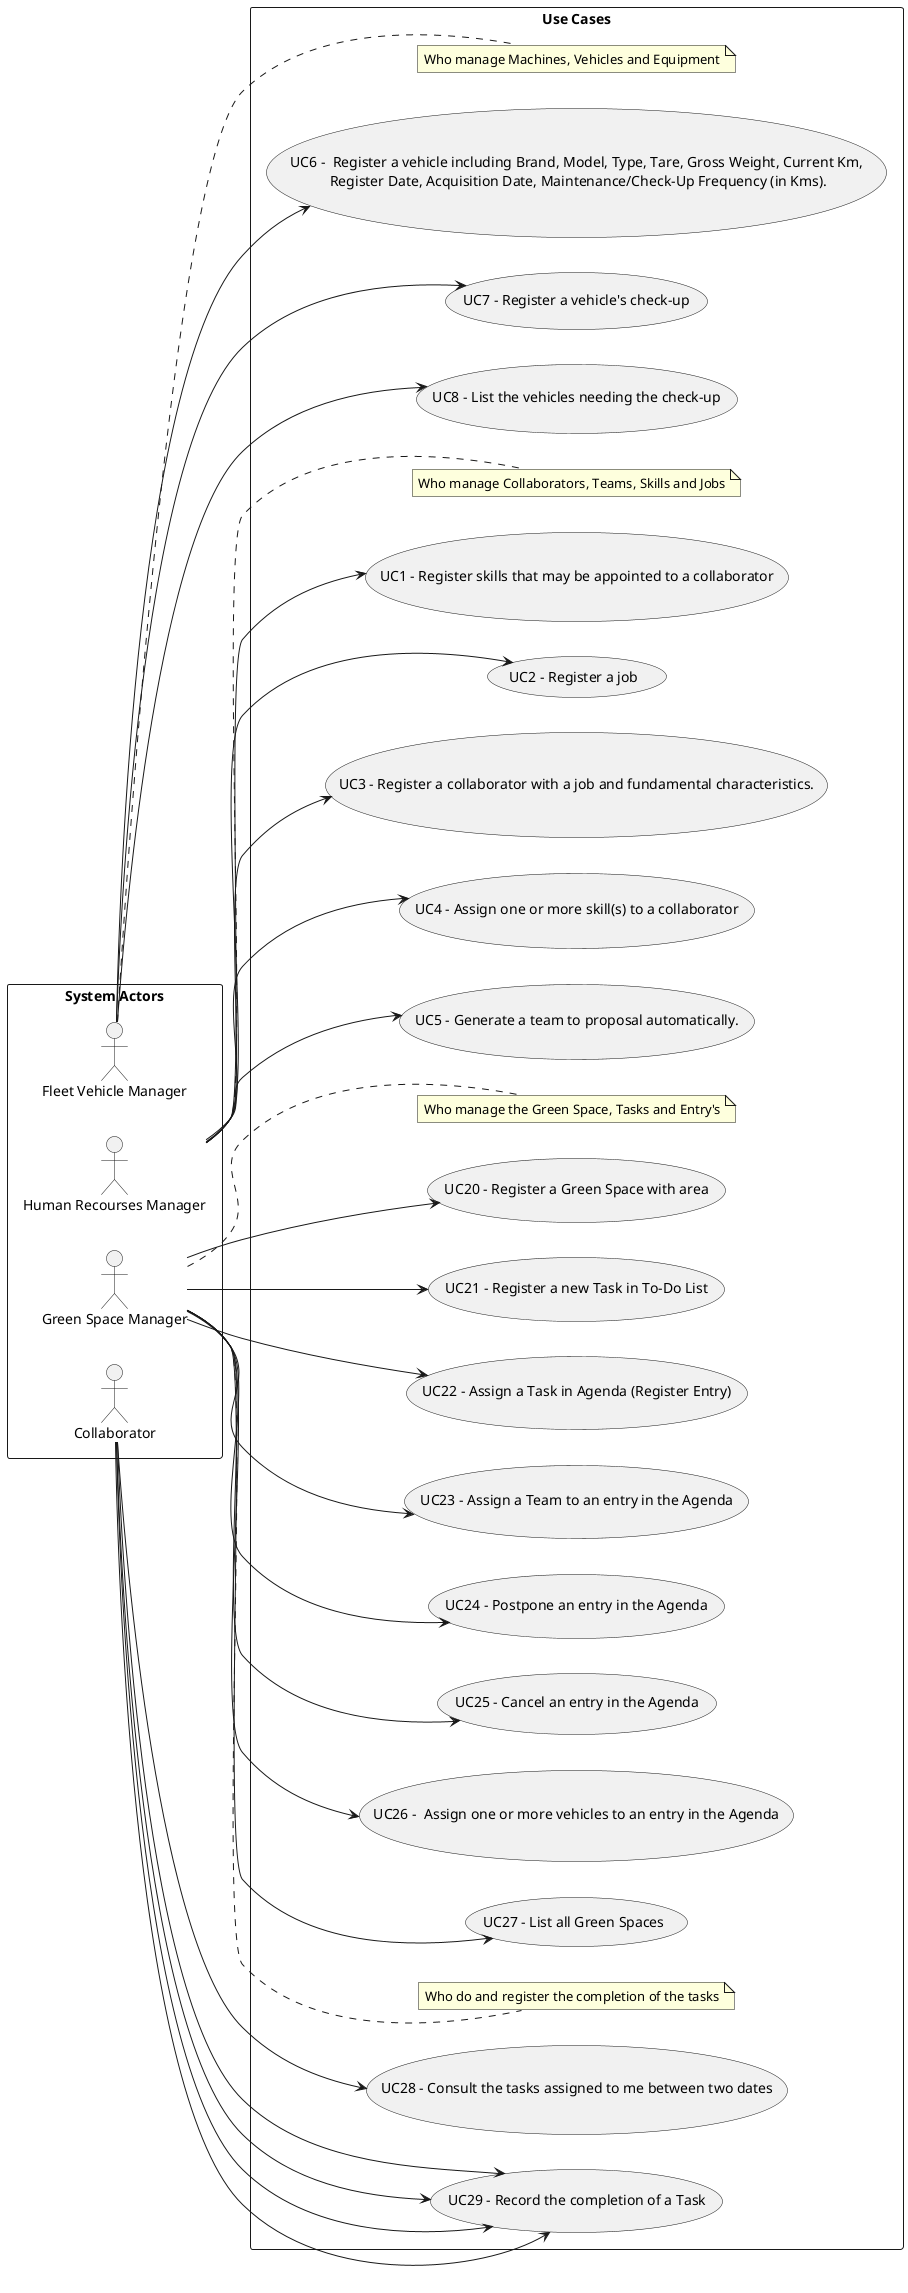
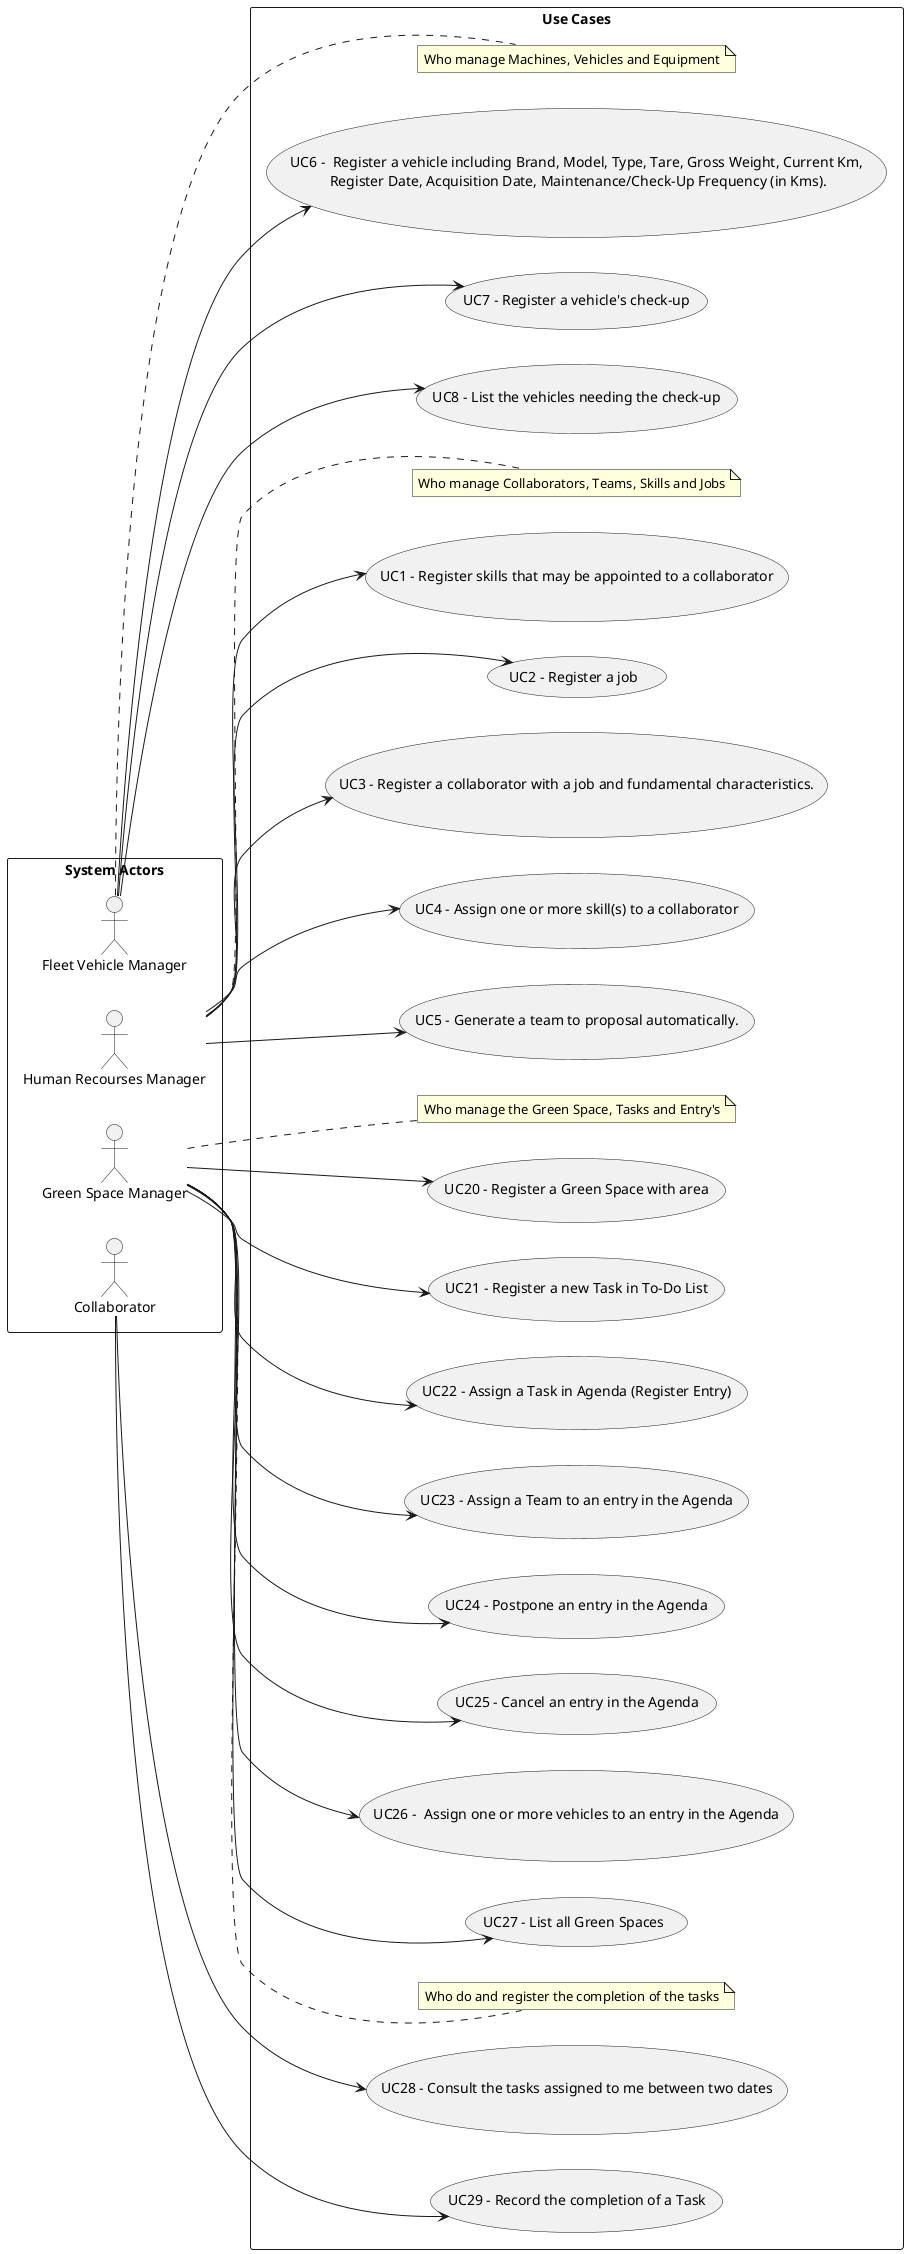
@startuml
'skinparam monochrome true
skinparam packageStyle rectangle
'skinparam shadowing false

left to right direction

rectangle "System Actors" as actors {
    actor "Fleet Vehicle Manager" as VFM
    actor "Human Recourses Manager" as HRM
    actor "Green Space Manager" as GSM
    actor "Collaborator" as Colab
}


rectangle "Use Cases" as usecases{
    note right of VFM
        Who manage Machines, Vehicles and Equipment
    end note
    usecase "UC6 -  Register a vehicle including Brand, Model, Type, Tare, Gross Weight, Current Km,\n Register Date, Acquisition Date, Maintenance/Check-Up Frequency (in Kms)." as UC6
    VFM --> UC6

    usecase "UC7 - Register a vehicle's check-up" as UC7
    VFM --> UC7

    usecase "UC8 - List the vehicles needing the check-up" as UC8
    VFM --> UC8

    note right of HRM
        Who manage Collaborators, Teams, Skills and Jobs
    end note
    usecase "UC1 - Register skills that may be appointed to a collaborator" as UC1
    HRM --> UC1

    usecase "UC2 - Register a job" as UC2
    HRM --> UC2

    usecase "UC3 - Register a collaborator with a job and fundamental characteristics." as UC3
    HRM --> UC3

    usecase "UC4 - Assign one or more skill(s) to a collaborator" as UC4
    HRM --> UC4

    usecase "UC5 - Generate a team to proposal automatically." as UC5
    HRM --> UC5


    note right of GSM
            Who manage the Green Space, Tasks and Entry's
        end note

    usecase "UC20 - Register a Green Space with area" as UC20
     GSM --> UC20

     usecase "UC21 - Register a new Task in To-Do List" as UC21
     GSM --> UC21


     usecase "UC22 - Assign a Task in Agenda (Register Entry)" as UC22
     GSM --> UC22

     usecase "UC23 - Assign a Team to an entry in the Agenda" as UC23
     GSM --> UC23

     usecase "UC24 - Postpone an entry in the Agenda" as UC24
          GSM --> UC24

     usecase "UC25 - Cancel an entry in the Agenda" as UC25
          GSM --> UC25

     usecase "UC26 -  Assign one or more vehicles to an entry in the Agenda" as UC26
          GSM --> UC26

     usecase "UC27 - List all Green Spaces" as UC27
          GSM --> UC27

          note right of GSM
                      Who do and register the completion of the tasks
                  end note

     usecase "UC28 - Consult the tasks assigned to me between two dates" as UC28
               Colab --> UC28

    usecase "UC29 - Record the completion of a Task" as UC29
              Colab --> UC29


-     usecase "UC29 - Record the completion of a Task" as UC29
-                   Colab --> UC29
- 
-     usecase "UC29 - Record the completion of a Task" as UC29
-                   Colab --> UC29
- 
-     usecase "UC29 - Record the completion of a Task" as UC29
-                   Colab --> UC29
- 
}

@enduml